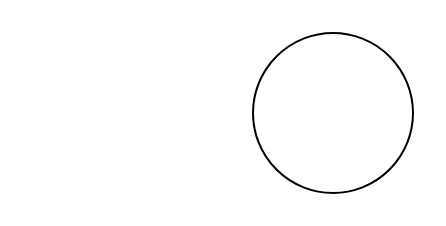
TestBoss-U1/Draw1 keeps this draw.io diagram as Biểu đồ không có tiêu đề.drawio. Above is the earlier version. Source tidied: cells renumbered, new cells numbered last; positions are measured from the earlier drawing's top-left corner, leaving out a move shared by most shapes. Both pictures are drawn from the tidied source at 200%, with x=0, y=0 at pixel (252, 32).
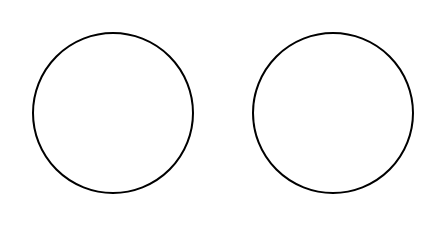
The same page after the edit.

The edit, as a diff of the source:
```diff
@@
 <mxGraphModel>
   <root>
     <mxCell id="0" />
     <mxCell id="1" parent="0" />
     <mxCell id="2" style="ellipse;whiteSpace=wrap;html=1;" parent="1" vertex="1">
       <mxGeometry width="80" height="80" as="geometry" />
     </mxCell>
+    <mxCell id="3" style="ellipse;whiteSpace=wrap;html=1;" parent="1" vertex="1">
+      <mxGeometry x="-110" width="80" height="80" as="geometry" />
+    </mxCell>
   </root>
 </mxGraphModel>
```
